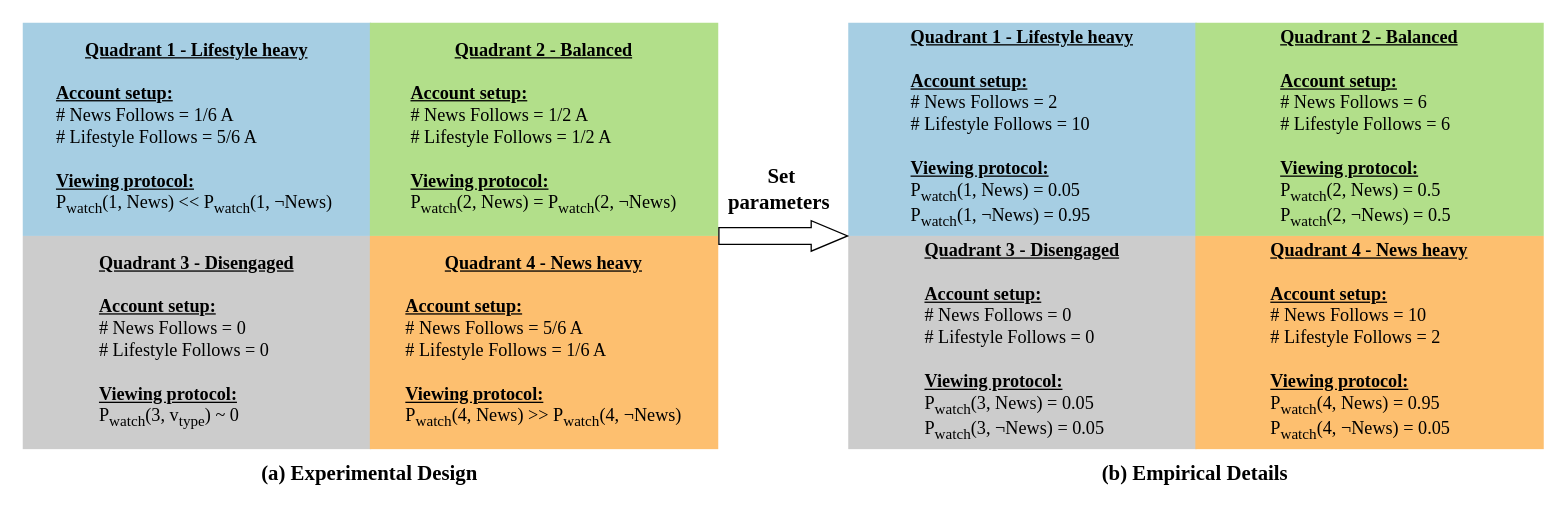
The draw.io diagram square_quads.drawio in changgge/changgge, before the edit. Source tidied: cells renumbered, new cells numbered last; positions are measured from the earlier drawing's top-left corner, leaving out a move shared by most shapes. Both pictures are drawn from the tidied source at 130%, with x=0, y=0 at pixel (22, 22).
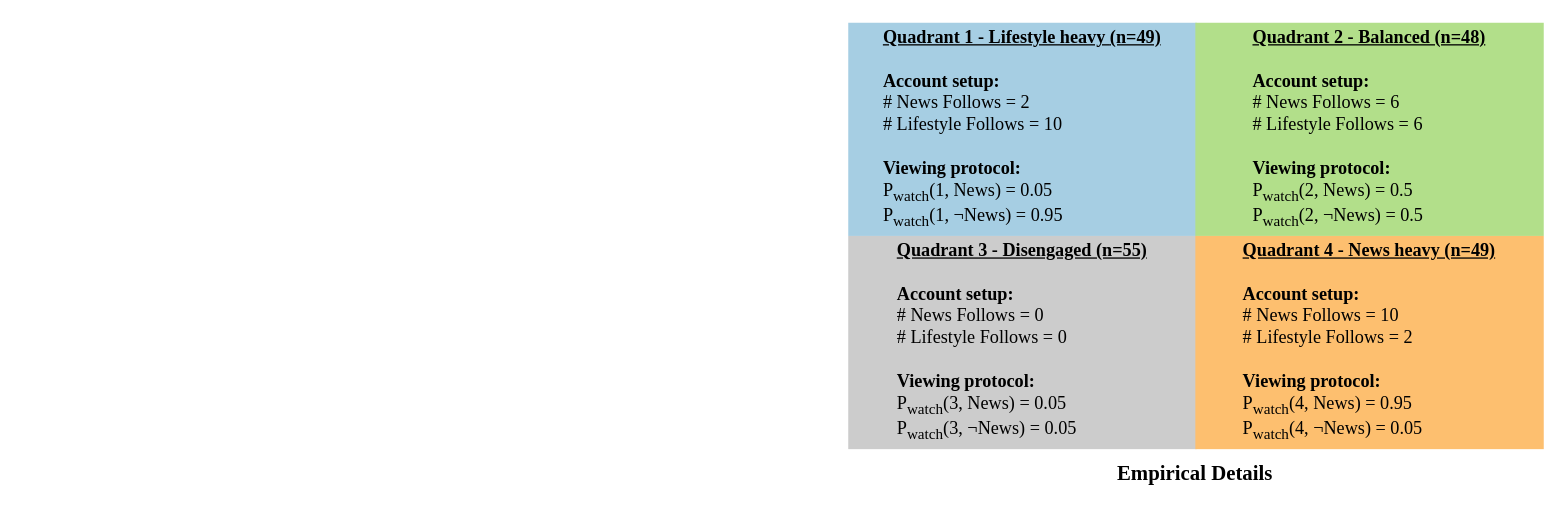
The same diagram, later.

What changed in the source:
```diff
@@
 <mxGraphModel>
   <root>
     <mxCell id="0" />
     <mxCell id="1" parent="0" />
-    <mxCell id="2" value="&lt;u&gt;&lt;b&gt;Quadrant 1 - Lifestyle heavy&lt;/b&gt;&lt;/u&gt;&lt;div&gt;&lt;u&gt;&lt;br&gt;&lt;/u&gt;&lt;/div&gt;&lt;div&gt;&lt;div style=&quot;text-align: left;&quot;&gt;&lt;u&gt;&lt;b&gt;Account setup:&lt;/b&gt;&lt;/u&gt;&lt;/div&gt;&lt;div style=&quot;text-align: left;&quot;&gt;# News Follows = 1/6 A&lt;/div&gt;&lt;div&gt;&lt;div style=&quot;text-align: left;&quot;&gt;# Lifestyle Follows = 5/6 A&lt;/div&gt;&lt;div style=&quot;text-align: left;&quot;&gt;&lt;br&gt;&lt;/div&gt;&lt;div style=&quot;text-align: left;&quot;&gt;&lt;u&gt;&lt;b&gt;Viewing protocol:&lt;/b&gt;&lt;/u&gt;&lt;/div&gt;&lt;div style=&quot;text-align: left;&quot;&gt;P&lt;sub&gt;watch&lt;/sub&gt;(1, News) &amp;lt;&amp;lt; P&lt;sub&gt;watch&lt;/sub&gt;(1,&amp;nbsp;¬News)&amp;nbsp;&lt;/div&gt;&lt;/div&gt;&lt;/div&gt;" style="rounded=0;whiteSpace=wrap;html=1;fillColor=#A6CEE3;strokeColor=none;fontColor=light-dark(#000000, #191919);fontFamily=Times New Roman;fontSize=14;" parent="1" vertex="1">
-      <mxGeometry width="268" height="164" as="geometry" />
-    </mxCell>
-    <mxCell id="3" value="&lt;u style=&quot;caret-color: rgb(247, 247, 247);&quot;&gt;&lt;b&gt;Quadrant 2 - Balanced&lt;/b&gt;&lt;/u&gt;&lt;div style=&quot;caret-color: rgb(247, 247, 247);&quot;&gt;&lt;u&gt;&lt;br&gt;&lt;/u&gt;&lt;/div&gt;&lt;div style=&quot;caret-color: rgb(247, 247, 247);&quot;&gt;&lt;div style=&quot;text-align: left;&quot;&gt;&lt;u&gt;&lt;b&gt;Account setup:&lt;/b&gt;&lt;/u&gt;&lt;/div&gt;&lt;div style=&quot;text-align: left;&quot;&gt;&lt;span&gt;# News Follows = 1/2 A&lt;/span&gt;&lt;/div&gt;&lt;div&gt;&lt;div style=&quot;text-align: left;&quot;&gt;&lt;span&gt;# Lifestyle Follows = 1/2 A&amp;nbsp;&lt;/span&gt;&lt;/div&gt;&lt;div style=&quot;text-align: left;&quot;&gt;&lt;span&gt;&lt;br&gt;&lt;/span&gt;&lt;/div&gt;&lt;div style=&quot;text-align: left;&quot;&gt;&lt;u&gt;&lt;b&gt;Viewing protocol:&lt;/b&gt;&lt;/u&gt;&lt;/div&gt;&lt;div style=&quot;text-align: left;&quot;&gt;&lt;span style=&quot;caret-color: rgb(247, 247, 247);&quot;&gt;P&lt;/span&gt;&lt;sub style=&quot;caret-color: rgb(247, 247, 247);&quot;&gt;watch&lt;/sub&gt;(2, News) =&amp;nbsp;&lt;span style=&quot;caret-color: rgb(247, 247, 247);&quot;&gt;&lt;span style=&quot;caret-color: rgb(247, 247, 247);&quot;&gt;P&lt;/span&gt;&lt;sub style=&quot;caret-color: rgb(247, 247, 247);&quot;&gt;watch&lt;/sub&gt;(2,&amp;nbsp;¬News)&lt;/span&gt;&lt;/div&gt;&lt;/div&gt;&lt;/div&gt;" style="rounded=0;whiteSpace=wrap;html=1;fillColor=#B2DF8A;strokeColor=none;fontColor=#000000;fontFamily=Times New Roman;fontSize=14;" parent="1" vertex="1">
-      <mxGeometry x="267" width="268" height="164" as="geometry" />
-    </mxCell>
-    <mxCell id="4" value="&lt;u style=&quot;caret-color: rgb(247, 247, 247);&quot;&gt;&lt;b style=&quot;color: rgb(0, 0, 0);&quot;&gt;Quadrant 3 - Disengaged&lt;/b&gt;&lt;/u&gt;&lt;div style=&quot;caret-color: rgb(247, 247, 247);&quot;&gt;&lt;u style=&quot;color: rgb(0, 0, 0);&quot;&gt;&lt;br&gt;&lt;/u&gt;&lt;/div&gt;&lt;div style=&quot;caret-color: rgb(247, 247, 247);&quot;&gt;&lt;div style=&quot;text-align: left;&quot;&gt;&lt;u&gt;&lt;b style=&quot;color: rgb(0, 0, 0);&quot;&gt;Account setup:&lt;/b&gt;&lt;/u&gt;&lt;/div&gt;&lt;div style=&quot;text-align: left;&quot;&gt;&lt;span style=&quot;color: rgb(0, 0, 0);&quot;&gt;# News Follows = 0&lt;/span&gt;&lt;/div&gt;&lt;div&gt;&lt;div style=&quot;text-align: left;&quot;&gt;&lt;span style=&quot;color: rgb(0, 0, 0);&quot;&gt;# Lifestyle Follows = 0&lt;/span&gt;&lt;/div&gt;&lt;div style=&quot;text-align: left;&quot;&gt;&lt;span style=&quot;color: rgb(0, 0, 0);&quot;&gt;&lt;br&gt;&lt;/span&gt;&lt;/div&gt;&lt;div style=&quot;text-align: left;&quot;&gt;&lt;u&gt;&lt;b style=&quot;color: rgb(0, 0, 0);&quot;&gt;Viewing protocol:&lt;/b&gt;&lt;/u&gt;&lt;/div&gt;&lt;div style=&quot;text-align: left;&quot;&gt;&lt;span style=&quot;color: rgb(0, 0, 0);&quot;&gt;&lt;span style=&quot;caret-color: rgb(247, 247, 247);&quot;&gt;P&lt;/span&gt;&lt;sub style=&quot;caret-color: rgb(247, 247, 247);&quot;&gt;watch&lt;/sub&gt;(3, v&lt;sub&gt;type&lt;/sub&gt;&lt;span style=&quot;caret-color: rgb(247, 247, 247);&quot;&gt;) ~ 0&lt;/span&gt;&lt;/span&gt;&lt;/div&gt;&lt;/div&gt;&lt;/div&gt;" style="rounded=0;whiteSpace=wrap;html=1;fillColor=#CCCCCC;strokeColor=none;fontColor=#000000;fontFamily=Times New Roman;fontSize=14;" parent="1" vertex="1">
-      <mxGeometry y="164" width="268" height="164" as="geometry" />
-    </mxCell>
-    <mxCell id="5" value="&lt;u&gt;&lt;b&gt;Quadrant 4 - News heavy&lt;/b&gt;&lt;/u&gt;&lt;div&gt;&lt;u&gt;&lt;br&gt;&lt;/u&gt;&lt;/div&gt;&lt;div&gt;&lt;div style=&quot;text-align: left;&quot;&gt;&lt;u&gt;&lt;b&gt;Account setup:&lt;/b&gt;&lt;/u&gt;&lt;/div&gt;&lt;div style=&quot;text-align: left;&quot;&gt;# News Follows = 5/6 A&lt;/div&gt;&lt;div&gt;&lt;div style=&quot;text-align: left;&quot;&gt;# Lifestyle Follows = 1/6 A&amp;nbsp;&lt;/div&gt;&lt;div style=&quot;text-align: left;&quot;&gt;&lt;br&gt;&lt;/div&gt;&lt;div style=&quot;text-align: left;&quot;&gt;&lt;u&gt;&lt;b&gt;Viewing protocol:&lt;/b&gt;&lt;/u&gt;&lt;/div&gt;&lt;div style=&quot;text-align: left;&quot;&gt;&lt;span style=&quot;caret-color: rgb(247, 247, 247);&quot;&gt;P&lt;/span&gt;&lt;sub style=&quot;caret-color: rgb(247, 247, 247);&quot;&gt;watch&lt;/sub&gt;(4, News) &amp;gt;&amp;gt;&amp;nbsp;&lt;span style=&quot;caret-color: rgb(247, 247, 247);&quot;&gt;P&lt;/span&gt;&lt;sub style=&quot;caret-color: rgb(247, 247, 247);&quot;&gt;watch&lt;/sub&gt;(4,&amp;nbsp;¬News)&lt;/div&gt;&lt;/div&gt;&lt;/div&gt;" style="rounded=0;whiteSpace=wrap;html=1;fillColor=#FDBF6F;strokeColor=none;fontColor=#000000;fontFamily=Times New Roman;fontSize=14;gradientColor=none;" parent="1" vertex="1">
-      <mxGeometry x="267" y="164" width="268" height="164" as="geometry" />
-    </mxCell>
-    <mxCell id="6" value="(a) Experimental Design" style="text;html=1;align=center;verticalAlign=middle;whiteSpace=wrap;rounded=0;fontFamily=Times New Roman;fontSize=16;fontStyle=1;" parent="1" vertex="1">
-      <mxGeometry x="172" y="331" width="190" height="30" as="geometry" />
-    </mxCell>
-    <mxCell id="7" value="&lt;u&gt;&lt;b&gt;Quadrant 1 - Lifestyle heavy&lt;/b&gt;&lt;/u&gt;&lt;div&gt;&lt;u&gt;&lt;br&gt;&lt;/u&gt;&lt;/div&gt;&lt;div&gt;&lt;div style=&quot;text-align: left;&quot;&gt;&lt;u&gt;&lt;b&gt;Account setup:&lt;/b&gt;&lt;/u&gt;&lt;/div&gt;&lt;div style=&quot;text-align: left;&quot;&gt;# News Follows = 2&lt;/div&gt;&lt;div&gt;&lt;div style=&quot;text-align: left;&quot;&gt;# Lifestyle Follows = 10&lt;/div&gt;&lt;div style=&quot;text-align: left;&quot;&gt;&lt;br&gt;&lt;/div&gt;&lt;div style=&quot;text-align: left;&quot;&gt;&lt;u&gt;&lt;b&gt;Viewing protocol:&lt;/b&gt;&lt;/u&gt;&lt;/div&gt;&lt;div style=&quot;text-align: left;&quot;&gt;P&lt;sub&gt;watch&lt;/sub&gt;(1, News) = 0.05&lt;br&gt;&lt;/div&gt;&lt;/div&gt;&lt;div style=&quot;text-align: left;&quot;&gt;P&lt;sub&gt;watch&lt;/sub&gt;(1,&amp;nbsp;&lt;span&gt;¬&lt;/span&gt;News) = 0.95&lt;/div&gt;&lt;/div&gt;" style="rounded=0;whiteSpace=wrap;html=1;fillColor=#A6CEE3;strokeColor=none;fontColor=#000000;fontFamily=Times New Roman;fontSize=14;" parent="1" vertex="1">
+    <mxCell id="7" value="&lt;u&gt;&lt;b&gt;Quadrant 1 - Lifestyle heavy&amp;nbsp;&lt;/b&gt;&lt;/u&gt;&lt;u&gt;&lt;b&gt;(n=49)&lt;/b&gt;&lt;/u&gt;&lt;div&gt;&lt;div&gt;&lt;u&gt;&lt;br&gt;&lt;/u&gt;&lt;/div&gt;&lt;div&gt;&lt;div style=&quot;text-align: left;&quot;&gt;&lt;b&gt;Account setup:&lt;/b&gt;&lt;/div&gt;&lt;div style=&quot;text-align: left;&quot;&gt;# News Follows = 2&lt;/div&gt;&lt;div&gt;&lt;div style=&quot;text-align: left;&quot;&gt;# Lifestyle Follows = 10&lt;/div&gt;&lt;div style=&quot;text-align: left;&quot;&gt;&lt;br&gt;&lt;/div&gt;&lt;div style=&quot;text-align: left;&quot;&gt;&lt;b&gt;Viewing protocol:&lt;/b&gt;&lt;/div&gt;&lt;div style=&quot;text-align: left;&quot;&gt;P&lt;sub&gt;watch&lt;/sub&gt;(1, News) = 0.05&lt;br&gt;&lt;/div&gt;&lt;/div&gt;&lt;div style=&quot;text-align: left;&quot;&gt;P&lt;sub&gt;watch&lt;/sub&gt;(1,&amp;nbsp;&lt;span&gt;¬&lt;/span&gt;News) = 0.95&lt;/div&gt;&lt;/div&gt;&lt;/div&gt;" style="rounded=0;whiteSpace=wrap;html=1;fillColor=#A6CEE3;strokeColor=none;fontColor=#000000;fontFamily=Times New Roman;fontSize=14;" parent="1" vertex="1">
       <mxGeometry x="635" width="268" height="164" as="geometry" />
     </mxCell>
-    <mxCell id="8" value="&lt;u style=&quot;caret-color: rgb(247, 247, 247);&quot;&gt;&lt;b&gt;Quadrant 2 - Balanced&lt;/b&gt;&lt;/u&gt;&lt;div style=&quot;caret-color: rgb(247, 247, 247);&quot;&gt;&lt;u&gt;&lt;br&gt;&lt;/u&gt;&lt;/div&gt;&lt;div style=&quot;caret-color: rgb(247, 247, 247);&quot;&gt;&lt;div style=&quot;text-align: left;&quot;&gt;&lt;u&gt;&lt;b&gt;Account setup:&lt;/b&gt;&lt;/u&gt;&lt;/div&gt;&lt;div style=&quot;text-align: left;&quot;&gt;&lt;span&gt;# News Follows = 6&lt;/span&gt;&lt;/div&gt;&lt;div&gt;&lt;div style=&quot;text-align: left;&quot;&gt;&lt;span&gt;# Lifestyle Follows = 6&amp;nbsp;&lt;/span&gt;&lt;/div&gt;&lt;div style=&quot;text-align: left;&quot;&gt;&lt;span&gt;&lt;br&gt;&lt;/span&gt;&lt;/div&gt;&lt;div style=&quot;text-align: left;&quot;&gt;&lt;u&gt;&lt;b&gt;Viewing protocol:&lt;/b&gt;&lt;/u&gt;&lt;/div&gt;&lt;div style=&quot;text-align: left;&quot;&gt;&lt;span style=&quot;caret-color: rgb(247, 247, 247);&quot;&gt;P&lt;/span&gt;&lt;sub style=&quot;caret-color: rgb(247, 247, 247);&quot;&gt;watch&lt;/sub&gt;(2, News) =&amp;nbsp;0.5&lt;br&gt;&lt;/div&gt;&lt;/div&gt;&lt;div style=&quot;text-align: left;&quot;&gt;&lt;span style=&quot;caret-color: rgb(247, 247, 247);&quot;&gt;P&lt;/span&gt;&lt;sub style=&quot;caret-color: rgb(247, 247, 247);&quot;&gt;watch&lt;/sub&gt;&lt;span&gt;(2,&amp;nbsp;¬News) = 0.5&lt;/span&gt;&lt;/div&gt;&lt;/div&gt;" style="rounded=0;whiteSpace=wrap;html=1;fillColor=#B2DF8A;strokeColor=none;fontColor=#000000;fontFamily=Times New Roman;fontSize=14;" parent="1" vertex="1">
+    <mxCell id="8" value="&lt;u style=&quot;caret-color: rgb(247, 247, 247);&quot;&gt;&lt;b&gt;Quadrant 2 - Balanced (n=48)&lt;/b&gt;&lt;/u&gt;&lt;div style=&quot;caret-color: rgb(247, 247, 247);&quot;&gt;&lt;u&gt;&lt;br&gt;&lt;/u&gt;&lt;/div&gt;&lt;div style=&quot;caret-color: rgb(247, 247, 247);&quot;&gt;&lt;div style=&quot;text-align: left;&quot;&gt;&lt;b&gt;Account setup:&lt;/b&gt;&lt;/div&gt;&lt;div style=&quot;text-align: left;&quot;&gt;&lt;span&gt;# News Follows = 6&lt;/span&gt;&lt;/div&gt;&lt;div&gt;&lt;div style=&quot;text-align: left;&quot;&gt;&lt;span&gt;# Lifestyle Follows = 6&amp;nbsp;&lt;/span&gt;&lt;/div&gt;&lt;div style=&quot;text-align: left;&quot;&gt;&lt;span&gt;&lt;br&gt;&lt;/span&gt;&lt;/div&gt;&lt;div style=&quot;text-align: left;&quot;&gt;&lt;b&gt;Viewing protocol:&lt;/b&gt;&lt;/div&gt;&lt;div style=&quot;text-align: left;&quot;&gt;&lt;span style=&quot;caret-color: rgb(247, 247, 247);&quot;&gt;P&lt;/span&gt;&lt;sub style=&quot;caret-color: rgb(247, 247, 247);&quot;&gt;watch&lt;/sub&gt;(2, News) =&amp;nbsp;0.5&lt;br&gt;&lt;/div&gt;&lt;/div&gt;&lt;div style=&quot;text-align: left;&quot;&gt;&lt;span style=&quot;caret-color: rgb(247, 247, 247);&quot;&gt;P&lt;/span&gt;&lt;sub style=&quot;caret-color: rgb(247, 247, 247);&quot;&gt;watch&lt;/sub&gt;&lt;span&gt;(2,&amp;nbsp;¬News) = 0.5&lt;/span&gt;&lt;/div&gt;&lt;/div&gt;" style="rounded=0;whiteSpace=wrap;html=1;fillColor=#B2DF8A;strokeColor=none;fontColor=#000000;fontFamily=Times New Roman;fontSize=14;" parent="1" vertex="1">
       <mxGeometry x="902" width="268" height="164" as="geometry" />
     </mxCell>
-    <mxCell id="9" value="&lt;u style=&quot;caret-color: rgb(247, 247, 247);&quot;&gt;&lt;b&gt;Quadrant 3 - Disengaged&lt;/b&gt;&lt;/u&gt;&lt;div style=&quot;caret-color: rgb(247, 247, 247);&quot;&gt;&lt;u&gt;&lt;br&gt;&lt;/u&gt;&lt;/div&gt;&lt;div style=&quot;caret-color: rgb(247, 247, 247);&quot;&gt;&lt;div style=&quot;text-align: left;&quot;&gt;&lt;u&gt;&lt;b&gt;Account setup:&lt;/b&gt;&lt;/u&gt;&lt;/div&gt;&lt;div style=&quot;text-align: left;&quot;&gt;# News Follows = 0&lt;/div&gt;&lt;div&gt;&lt;div style=&quot;text-align: left;&quot;&gt;# Lifestyle Follows = 0&lt;/div&gt;&lt;div style=&quot;text-align: left;&quot;&gt;&lt;br&gt;&lt;/div&gt;&lt;div style=&quot;text-align: left;&quot;&gt;&lt;u&gt;&lt;b&gt;Viewing protocol:&lt;/b&gt;&lt;/u&gt;&lt;/div&gt;&lt;div style=&quot;text-align: left;&quot;&gt;&lt;span style=&quot;caret-color: rgb(247, 247, 247);&quot;&gt;P&lt;/span&gt;&lt;sub style=&quot;caret-color: rgb(247, 247, 247);&quot;&gt;watch&lt;/sub&gt;(3, News) = 0.05&lt;br&gt;&lt;/div&gt;&lt;/div&gt;&lt;div style=&quot;text-align: left;&quot;&gt;&lt;span style=&quot;caret-color: rgb(247, 247, 247);&quot;&gt;P&lt;/span&gt;&lt;sub style=&quot;caret-color: rgb(247, 247, 247);&quot;&gt;watch&lt;/sub&gt;(3,&amp;nbsp;¬News) = 0.05&lt;/div&gt;&lt;/div&gt;" style="rounded=0;whiteSpace=wrap;html=1;fillColor=#CCCCCC;strokeColor=none;fontColor=#000000;fontFamily=Times New Roman;fontSize=14;" parent="1" vertex="1">
+    <mxCell id="9" value="&lt;u style=&quot;caret-color: rgb(247, 247, 247);&quot;&gt;&lt;b&gt;Quadrant 3 - Disengaged (n=55)&lt;/b&gt;&lt;/u&gt;&lt;div style=&quot;caret-color: rgb(247, 247, 247);&quot;&gt;&lt;u&gt;&lt;br&gt;&lt;/u&gt;&lt;/div&gt;&lt;div style=&quot;caret-color: rgb(247, 247, 247);&quot;&gt;&lt;div style=&quot;text-align: left;&quot;&gt;&lt;b&gt;Account setup:&lt;/b&gt;&lt;/div&gt;&lt;div style=&quot;text-align: left;&quot;&gt;# News Follows = 0&lt;/div&gt;&lt;div&gt;&lt;div style=&quot;text-align: left;&quot;&gt;# Lifestyle Follows = 0&lt;/div&gt;&lt;div style=&quot;text-align: left;&quot;&gt;&lt;br&gt;&lt;/div&gt;&lt;div style=&quot;text-align: left;&quot;&gt;&lt;b&gt;Viewing protocol:&lt;/b&gt;&lt;/div&gt;&lt;div style=&quot;text-align: left;&quot;&gt;&lt;span style=&quot;caret-color: rgb(247, 247, 247);&quot;&gt;P&lt;/span&gt;&lt;sub style=&quot;caret-color: rgb(247, 247, 247);&quot;&gt;watch&lt;/sub&gt;(3, News) = 0.05&lt;br&gt;&lt;/div&gt;&lt;/div&gt;&lt;div style=&quot;text-align: left;&quot;&gt;&lt;span style=&quot;caret-color: rgb(247, 247, 247);&quot;&gt;P&lt;/span&gt;&lt;sub style=&quot;caret-color: rgb(247, 247, 247);&quot;&gt;watch&lt;/sub&gt;(3,&amp;nbsp;¬News) = 0.05&lt;/div&gt;&lt;/div&gt;" style="rounded=0;whiteSpace=wrap;html=1;fillColor=#CCCCCC;strokeColor=none;fontColor=#000000;fontFamily=Times New Roman;fontSize=14;" parent="1" vertex="1">
       <mxGeometry x="635" y="164" width="268" height="164" as="geometry" />
     </mxCell>
-    <mxCell id="10" value="&lt;u&gt;&lt;b&gt;Quadrant 4 - News heavy&lt;/b&gt;&lt;/u&gt;&lt;div&gt;&lt;u&gt;&lt;br&gt;&lt;/u&gt;&lt;/div&gt;&lt;div&gt;&lt;div style=&quot;text-align: left;&quot;&gt;&lt;u&gt;&lt;b&gt;Account setup:&lt;/b&gt;&lt;/u&gt;&lt;/div&gt;&lt;div style=&quot;text-align: left;&quot;&gt;# News Follows = 10&lt;/div&gt;&lt;div&gt;&lt;div style=&quot;text-align: left;&quot;&gt;# Lifestyle Follows = 2&lt;/div&gt;&lt;div style=&quot;text-align: left;&quot;&gt;&lt;br&gt;&lt;/div&gt;&lt;div style=&quot;text-align: left;&quot;&gt;&lt;u&gt;&lt;b&gt;Viewing protocol:&lt;/b&gt;&lt;/u&gt;&lt;/div&gt;&lt;div style=&quot;text-align: left;&quot;&gt;&lt;span style=&quot;caret-color: rgb(247, 247, 247);&quot;&gt;P&lt;/span&gt;&lt;sub style=&quot;caret-color: rgb(247, 247, 247);&quot;&gt;watch&lt;/sub&gt;(4, News) = 0.95&lt;br&gt;&lt;/div&gt;&lt;/div&gt;&lt;div style=&quot;text-align: left;&quot;&gt;&lt;span style=&quot;caret-color: rgb(247, 247, 247);&quot;&gt;P&lt;/span&gt;&lt;sub style=&quot;caret-color: rgb(247, 247, 247);&quot;&gt;watch&lt;/sub&gt;(4,&amp;nbsp;¬News) = 0.05&lt;/div&gt;&lt;/div&gt;" style="rounded=0;whiteSpace=wrap;html=1;fillColor=#FDBF6F;strokeColor=none;fontColor=#000000;fontFamily=Times New Roman;fontSize=14;" parent="1" vertex="1">
+    <mxCell id="10" value="&lt;u&gt;&lt;b&gt;Quadrant 4 - News heavy (n=49)&lt;/b&gt;&lt;/u&gt;&lt;div&gt;&lt;u&gt;&lt;br&gt;&lt;/u&gt;&lt;/div&gt;&lt;div&gt;&lt;div style=&quot;text-align: left;&quot;&gt;&lt;b&gt;Account setup:&lt;/b&gt;&lt;/div&gt;&lt;div style=&quot;text-align: left;&quot;&gt;# News Follows = 10&lt;/div&gt;&lt;div&gt;&lt;div style=&quot;text-align: left;&quot;&gt;# Lifestyle Follows = 2&lt;/div&gt;&lt;div style=&quot;text-align: left;&quot;&gt;&lt;br&gt;&lt;/div&gt;&lt;div style=&quot;text-align: left;&quot;&gt;&lt;b&gt;Viewing protocol:&lt;/b&gt;&lt;/div&gt;&lt;div style=&quot;text-align: left;&quot;&gt;&lt;span style=&quot;caret-color: rgb(247, 247, 247);&quot;&gt;P&lt;/span&gt;&lt;sub style=&quot;caret-color: rgb(247, 247, 247);&quot;&gt;watch&lt;/sub&gt;(4, News) = 0.95&lt;br&gt;&lt;/div&gt;&lt;/div&gt;&lt;div style=&quot;text-align: left;&quot;&gt;&lt;span style=&quot;caret-color: rgb(247, 247, 247);&quot;&gt;P&lt;/span&gt;&lt;sub style=&quot;caret-color: rgb(247, 247, 247);&quot;&gt;watch&lt;/sub&gt;(4,&amp;nbsp;¬News) = 0.05&lt;/div&gt;&lt;/div&gt;" style="rounded=0;whiteSpace=wrap;html=1;fillColor=#FDBF6F;strokeColor=none;fontColor=#000000;fontFamily=Times New Roman;fontSize=14;" parent="1" vertex="1">
       <mxGeometry x="902" y="164" width="268" height="164" as="geometry" />
     </mxCell>
-    <mxCell id="11" value="(b) Empirical Details" style="text;html=1;align=center;verticalAlign=middle;whiteSpace=wrap;rounded=0;fontFamily=Times New Roman;fontSize=16;fontStyle=1;" parent="1" vertex="1">
+    <mxCell id="11" value="Empirical Details" style="text;html=1;align=center;verticalAlign=middle;whiteSpace=wrap;rounded=0;fontFamily=Times New Roman;fontSize=16;fontStyle=1;" parent="1" vertex="1">
       <mxGeometry x="807" y="331" width="190" height="30" as="geometry" />
     </mxCell>
-    <mxCell id="12" style="shape=flexArrow;endArrow=classic;html=1;rounded=0;fontSize=14;width=12.941176470588236;endSize=9;endWidth=9.480968858131488;entryX=0;entryY=1;entryDx=0;entryDy=0;exitX=1;exitY=0;exitDx=0;exitDy=0;" parent="1" edge="1" source="5" target="7">
-      <mxGeometry relative="1" as="geometry" />
-    </mxCell>
-    <mxCell id="13" value="Set parameters&amp;nbsp;" style="text;html=1;align=center;verticalAlign=middle;whiteSpace=wrap;rounded=0;fontSize=16;fontFamily=Times New Roman;fontStyle=1;" parent="1" vertex="1">
-      <mxGeometry x="536" y="113" width="96" height="30" as="geometry" />
-    </mxCell>
   </root>
 </mxGraphModel>
```
